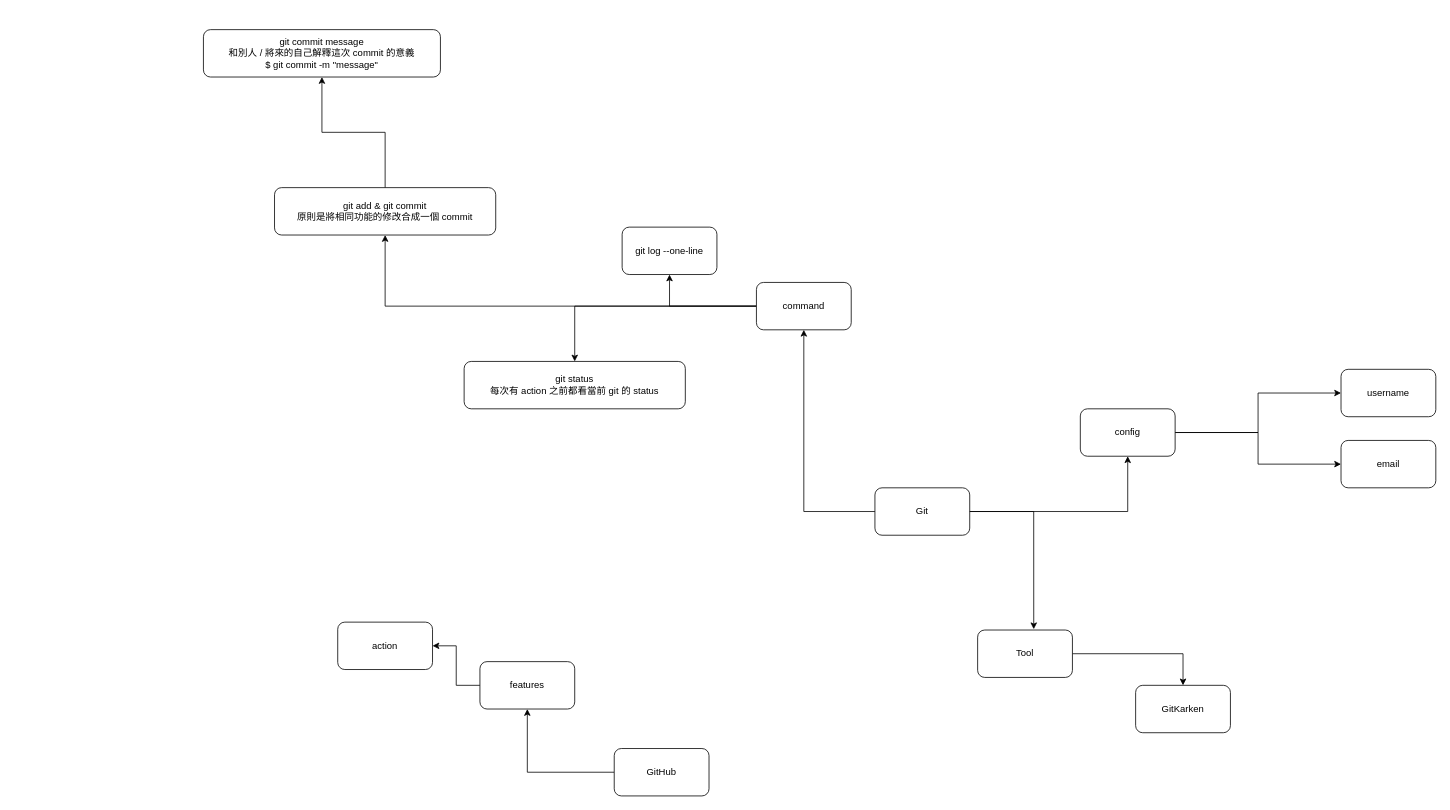
Mini-Pingu/7950x_git keeps this draw.io diagram as master_git.drawio. Above is the earlier version. Source tidied: cells renumbered, new cells numbered last; positions are measured from the earlier drawing's top-left corner, leaving out a move shared by most shapes. Both pictures are drawn from the tidied source at 79%, with x=0, y=0 at pixel (203, 29).
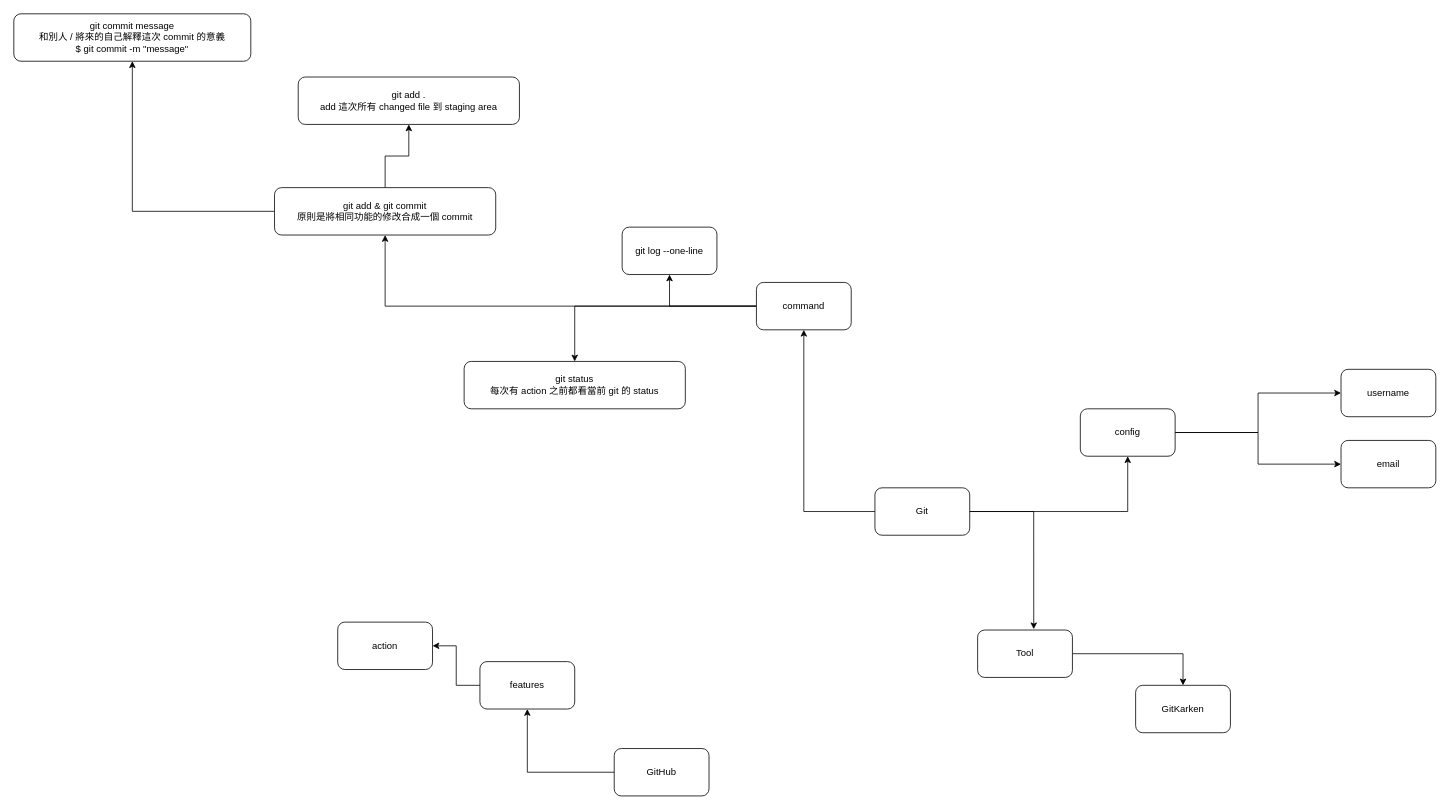
After the change.

Commit message (it also covers changes not shown here):
add add . for staging all files

Unchanged cells that the change refers to:
```xml
<mxCell id="26" value="git add &amp;amp; git commit&lt;br&gt;原則是將相同功能的修改合成一個 commit" style="rounded=1;whiteSpace=wrap;html=1;" parent="1" vertex="1">
  <mxGeometry x="90" y="200" width="280" height="60" as="geometry" />
</mxCell>
```

Diff of the diagram source:
```diff
@@
+    <mxCell id="28" style="edgeStyle=orthogonalEdgeStyle;rounded=0;jettySize=auto;html=1;" parent="1" edge="1" source="26" target="29">
+      <mxGeometry relative="1" as="geometry" />
+    </mxCell>
@@
     <mxCell id="27" value="git commit message&lt;br&gt;和別人 / 將來的自己解釋這次 commit 的意義&lt;br&gt;$ git commit -m &quot;message&quot;" style="rounded=1;whiteSpace=wrap;html=1;" parent="1" vertex="1">
-      <mxGeometry width="300" height="60" as="geometry" />
+      <mxGeometry x="-240" y="-20" width="300" height="60" as="geometry" />
     </mxCell>
+    <mxCell id="29" value="git add .&lt;br&gt;add 這次所有 changed file 到 staging area" style="rounded=1;whiteSpace=wrap;html=1;" parent="1" vertex="1">
+      <mxGeometry x="120" y="60" width="280" height="60" as="geometry" />
+    </mxCell>
```
